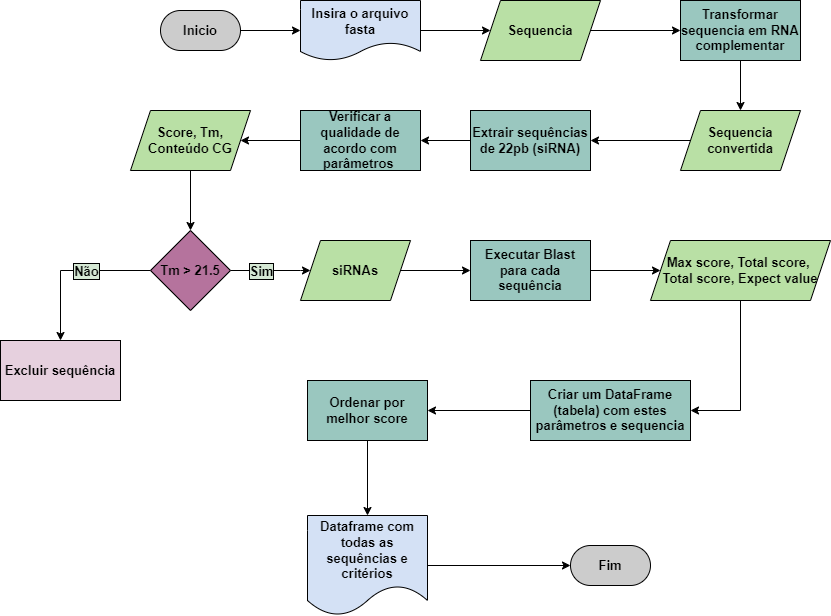
CatarinaRRF/siRNASeeker_algorithm keeps this draw.io diagram as media/fluxograma.png. Above is the earlier version. Source tidied: cells renumbered, new cells last; positions are measured from the earlier drawing's top-left corner, leaving out a move shared by most shapes.
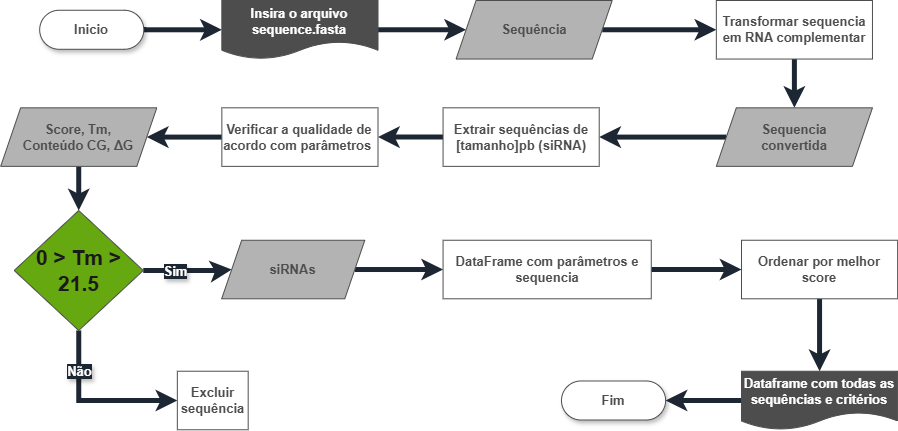
After the change.

The edit, as a diff of the source:
```diff
@@ -2,119 +2,107 @@
   <root>
     <mxCell id="0" />
     <mxCell id="1" parent="0" />
-    <mxCell id="2" style="edgeStyle=orthogonalEdgeStyle;rounded=0;jettySize=auto;html=1;fontStyle=1;fontSize=13;" parent="1" edge="1" source="3" target="5">
+    <mxCell id="2" style="edgeStyle=orthogonalEdgeStyle;rounded=0;jettySize=auto;html=1;fontStyle=1;fontSize=13;strokeWidth=5;strokeColor=#1D2633;" parent="1" edge="1" source="3" target="5">
       <mxGeometry relative="1" as="geometry" />
     </mxCell>
-    <mxCell id="3" value="Inicio" style="rounded=1;whiteSpace=wrap;html=1;fontSize=13;arcSize=50;fillColor=#CCCCCC;fontStyle=1;" parent="1" vertex="1">
-      <mxGeometry x="160" y="10" width="80" height="40" as="geometry" />
+    <mxCell id="3" value="Inicio" style="rounded=1;whiteSpace=wrap;html=1;fontSize=13;arcSize=50;fillColor=#FFFFFF;fontStyle=1;strokeColor=#4D4D4D;fontColor=#4D4D4D;glass=0;shadow=1;" parent="1" vertex="1">
+      <mxGeometry x="-31.8" y="9.8" width="104.1" height="39" as="geometry" />
     </mxCell>
-    <mxCell id="4" style="edgeStyle=orthogonalEdgeStyle;rounded=0;jettySize=auto;html=1;fontStyle=1;fontSize=13;" parent="1" edge="1" source="5" target="7">
+    <mxCell id="4" style="edgeStyle=orthogonalEdgeStyle;rounded=0;jettySize=auto;html=1;fontStyle=1;fontSize=13;strokeWidth=5;strokeColor=#1D2633;" parent="1" edge="1" source="5" target="7">
       <mxGeometry relative="1" as="geometry" />
     </mxCell>
-    <mxCell id="5" value="Insira o arquivo fasta" style="shape=document;whiteSpace=wrap;html=1;boundedLbl=1;fillColor=#D4E1F5;fontStyle=1;fontSize=13;" parent="1" vertex="1">
-      <mxGeometry x="300" width="120" height="60" as="geometry" />
+    <mxCell id="5" value="Insira o arquivo sequence.fasta" style="shape=document;whiteSpace=wrap;html=1;boundedLbl=1;fillColor=#4D4D4D;fontStyle=1;fontSize=13;strokeColor=#4D4D4D;fontColor=#FFFFFF;" parent="1" vertex="1">
+      <mxGeometry x="150.4" width="156.1" height="58.5" as="geometry" />
     </mxCell>
-    <mxCell id="6" style="edgeStyle=orthogonalEdgeStyle;rounded=0;jettySize=auto;html=1;fontStyle=1;fontSize=13;" parent="1" edge="1" source="7" target="9">
+    <mxCell id="6" style="edgeStyle=orthogonalEdgeStyle;rounded=0;jettySize=auto;html=1;fontStyle=1;fontSize=13;strokeWidth=5;strokeColor=#1D2633;" parent="1" edge="1" source="7" target="9">
       <mxGeometry relative="1" as="geometry" />
     </mxCell>
-    <mxCell id="7" value="Sequencia" style="shape=parallelogram;perimeter=parallelogramPerimeter;whiteSpace=wrap;html=1;fixedSize=1;fillColor=#B9E0A5;fontStyle=1;fontSize=13;" parent="1" vertex="1">
-      <mxGeometry x="480" width="120" height="60" as="geometry" />
+    <mxCell id="7" value="Sequência" style="shape=parallelogram;perimeter=parallelogramPerimeter;whiteSpace=wrap;html=1;fixedSize=1;fillColor=#B3B3B3;fontStyle=1;fontSize=13;strokeColor=#4D4D4D;fontColor=#4D4D4D;" parent="1" vertex="1">
+      <mxGeometry x="384.6" width="156.1" height="58.5" as="geometry" />
     </mxCell>
-    <mxCell id="8" style="edgeStyle=orthogonalEdgeStyle;rounded=0;jettySize=auto;html=1;fontStyle=1;fontSize=13;" parent="1" edge="1" source="9" target="11">
+    <mxCell id="8" style="edgeStyle=orthogonalEdgeStyle;rounded=0;jettySize=auto;html=1;fontStyle=1;fontSize=13;strokeWidth=5;strokeColor=#1D2633;" parent="1" edge="1" source="9" target="11">
       <mxGeometry relative="1" as="geometry" />
     </mxCell>
-    <mxCell id="9" value="Transformar sequencia em RNA complementar" style="whiteSpace=wrap;html=1;fillColor=#9AC7BF;fontStyle=1;fontSize=13;" parent="1" vertex="1">
-      <mxGeometry x="680" width="120" height="60" as="geometry" />
+    <mxCell id="9" value="Transformar sequencia em RNA complementar" style="whiteSpace=wrap;html=1;fillColor=#FFFFFF;fontStyle=1;fontSize=13;strokeColor=#4D4D4D;fontColor=#4D4D4D;" parent="1" vertex="1">
+      <mxGeometry x="644.8" width="156.1" height="58.5" as="geometry" />
     </mxCell>
-    <mxCell id="10" style="edgeStyle=orthogonalEdgeStyle;rounded=0;jettySize=auto;html=1;fontStyle=1;fontSize=13;" parent="1" edge="1" source="11" target="13">
+    <mxCell id="10" style="edgeStyle=orthogonalEdgeStyle;rounded=0;jettySize=auto;html=1;fontStyle=1;fontSize=13;strokeWidth=5;strokeColor=#1D2633;" parent="1" edge="1" source="11" target="13">
       <mxGeometry relative="1" as="geometry" />
     </mxCell>
-    <mxCell id="11" value="Sequencia &lt;br style=&quot;font-size: 13px;&quot;&gt;convertida" style="shape=parallelogram;perimeter=parallelogramPerimeter;whiteSpace=wrap;html=1;fixedSize=1;fillColor=#B9E0A5;fontStyle=1;fontSize=13;" parent="1" vertex="1">
-      <mxGeometry x="680" y="110" width="120" height="60" as="geometry" />
+    <mxCell id="11" value="Sequencia &lt;br style=&quot;font-size: 13px;&quot;&gt;convertida" style="shape=parallelogram;perimeter=parallelogramPerimeter;whiteSpace=wrap;html=1;fixedSize=1;fillColor=#B3B3B3;fontStyle=1;fontSize=13;strokeColor=#4D4D4D;fontColor=#4D4D4D;" parent="1" vertex="1">
+      <mxGeometry x="644.8" y="107.3" width="156.1" height="58.5" as="geometry" />
     </mxCell>
-    <mxCell id="12" style="edgeStyle=orthogonalEdgeStyle;rounded=0;jettySize=auto;html=1;fontStyle=1;fontSize=13;entryX=1;entryY=0.5;entryDx=0;entryDy=0;" parent="1" edge="1" source="13" target="15">
+    <mxCell id="12" style="edgeStyle=orthogonalEdgeStyle;rounded=0;jettySize=auto;html=1;fontStyle=1;fontSize=13;entryX=1;entryY=0.5;entryDx=0;entryDy=0;strokeWidth=5;strokeColor=#1D2633;" parent="1" edge="1" source="13" target="15">
       <mxGeometry relative="1" as="geometry" />
     </mxCell>
-    <mxCell id="13" value="Extrair sequências de 22pb (siRNA)" style="whiteSpace=wrap;html=1;fillColor=#9AC7BF;fontStyle=1;fontSize=13;" parent="1" vertex="1">
-      <mxGeometry x="470" y="110" width="120" height="60" as="geometry" />
+    <mxCell id="13" value="Extrair sequências de [tamanho]pb (siRNA)" style="whiteSpace=wrap;html=1;fillColor=#FFFFFF;fontStyle=1;fontSize=13;strokeColor=#4D4D4D;fontColor=#4D4D4D;" parent="1" vertex="1">
+      <mxGeometry x="371.6" y="107.3" width="156.1" height="58.5" as="geometry" />
     </mxCell>
-    <mxCell id="14" style="edgeStyle=orthogonalEdgeStyle;rounded=0;jettySize=auto;html=1;fontStyle=1;fontSize=13;" parent="1" edge="1" source="15" target="17">
+    <mxCell id="14" style="edgeStyle=orthogonalEdgeStyle;rounded=0;jettySize=auto;html=1;fontStyle=1;fontSize=13;strokeWidth=5;strokeColor=#1D2633;" parent="1" edge="1" source="15" target="17">
       <mxGeometry relative="1" as="geometry" />
     </mxCell>
-    <mxCell id="15" value="Verificar a qualidade de acordo com parâmetros&amp;nbsp;" style="whiteSpace=wrap;html=1;fillColor=#9AC7BF;fontStyle=1;fontSize=13;" parent="1" vertex="1">
-      <mxGeometry x="300" y="110" width="120" height="60" as="geometry" />
+    <mxCell id="15" value="Verificar a qualidade de acordo com parâmetros&amp;nbsp;" style="whiteSpace=wrap;html=1;fillColor=#FFFFFF;fontStyle=1;fontSize=13;strokeColor=#4D4D4D;fontColor=#4D4D4D;" parent="1" vertex="1">
+      <mxGeometry x="150.4" y="107.3" width="156.1" height="58.5" as="geometry" />
     </mxCell>
-    <mxCell id="16" style="edgeStyle=orthogonalEdgeStyle;rounded=0;jettySize=auto;html=1;fontStyle=1;fontSize=13;" parent="1" edge="1" source="17" target="33">
+    <mxCell id="16" style="edgeStyle=orthogonalEdgeStyle;rounded=0;jettySize=auto;html=1;fontStyle=1;fontSize=13;strokeWidth=5;strokeColor=#1D2633;" parent="1" edge="1" source="17" target="33">
       <mxGeometry relative="1" as="geometry" />
     </mxCell>
-    <mxCell id="17" value="Score, Tm, &lt;br style=&quot;font-size: 13px;&quot;&gt;Conteúdo&amp;nbsp;CG" style="shape=parallelogram;perimeter=parallelogramPerimeter;whiteSpace=wrap;html=1;fixedSize=1;fillColor=#B9E0A5;fontStyle=1;fontSize=13;" parent="1" vertex="1">
-      <mxGeometry x="130" y="110" width="120" height="60" as="geometry" />
+    <mxCell id="17" value="Score, Tm, &lt;br style=&quot;font-size: 13px;&quot;&gt;Conteúdo&amp;nbsp;CG,&amp;nbsp;ΔG" style="shape=parallelogram;perimeter=parallelogramPerimeter;whiteSpace=wrap;html=1;fixedSize=1;fillColor=#B3B3B3;fontStyle=1;fontSize=13;strokeColor=#4D4D4D;fontColor=#4D4D4D;" parent="1" vertex="1">
+      <mxGeometry x="-70.8" y="107.3" width="156.1" height="58.5" as="geometry" />
     </mxCell>
-    <mxCell id="18" style="edgeStyle=orthogonalEdgeStyle;rounded=0;jettySize=auto;html=1;fontStyle=1;fontSize=13;" parent="1" edge="1" source="19" target="21">
-      <mxGeometry relative="1" as="geometry" />
-    </mxCell>
-    <mxCell id="19" value="Executar Blast para cada sequência" style="whiteSpace=wrap;html=1;fillColor=#9AC7BF;fontStyle=1;fontSize=13;" parent="1" vertex="1">
-      <mxGeometry x="470" y="240" width="120" height="60" as="geometry" />
-    </mxCell>
-    <mxCell id="20" style="edgeStyle=orthogonalEdgeStyle;rounded=0;jettySize=auto;html=1;exitX=0.5;exitY=1;exitDx=0;exitDy=0;entryX=1;entryY=0.5;entryDx=0;entryDy=0;fontStyle=1;fontSize=13;" parent="1" edge="1" source="21" target="23">
-      <mxGeometry relative="1" as="geometry" />
-    </mxCell>
-    <mxCell id="21" value="Max score,&amp;nbsp;Total score,&amp;nbsp;&lt;br style=&quot;font-size: 13px;&quot;&gt;Total score,&amp;nbsp;Expect value" style="shape=parallelogram;perimeter=parallelogramPerimeter;whiteSpace=wrap;html=1;fixedSize=1;fillColor=#B9E0A5;fontStyle=1;fontSize=13;" parent="1" vertex="1">
-      <mxGeometry x="650" y="240" width="180" height="60" as="geometry" />
-    </mxCell>
-    <mxCell id="22" style="edgeStyle=orthogonalEdgeStyle;rounded=0;jettySize=auto;html=1;fontStyle=1;fontSize=13;" parent="1" edge="1" source="23" target="25">
+    <mxCell id="22" style="edgeStyle=orthogonalEdgeStyle;rounded=0;jettySize=auto;html=1;fontStyle=1;fontSize=13;strokeWidth=5;strokeColor=#1D2633;exitX=1;exitY=0.5;exitDx=0;exitDy=0;" parent="1" edge="1" source="23" target="25">
       <mxGeometry relative="1" as="geometry" />
     </mxCell>
-    <mxCell id="23" value="Criar um DataFrame (tabela) com estes parâmetros e sequencia" style="whiteSpace=wrap;html=1;fillColor=#9AC7BF;fontStyle=1;fontSize=13;" parent="1" vertex="1">
-      <mxGeometry x="530" y="380" width="160" height="60" as="geometry" />
+    <mxCell id="23" value="DataFrame com parâmetros e sequencia" style="whiteSpace=wrap;html=1;fillColor=#FFFFFF;fontStyle=1;fontSize=13;strokeColor=#4D4D4D;fontColor=#4D4D4D;" parent="1" vertex="1">
+      <mxGeometry x="371.6" y="239.8" width="208.2" height="58.5" as="geometry" />
     </mxCell>
-    <mxCell id="24" style="edgeStyle=orthogonalEdgeStyle;rounded=0;jettySize=auto;html=1;fontStyle=1;fontSize=13;" parent="1" edge="1" source="25" target="27">
+    <mxCell id="24" style="edgeStyle=orthogonalEdgeStyle;rounded=0;jettySize=auto;html=1;strokeWidth=5;strokeColor=#1D2633;" parent="1" edge="1" source="25" target="27">
       <mxGeometry relative="1" as="geometry" />
     </mxCell>
-    <mxCell id="25" value="Ordenar por melhor score" style="whiteSpace=wrap;html=1;fillColor=#9AC7BF;fontStyle=1;fontSize=13;" parent="1" vertex="1">
-      <mxGeometry x="307" y="380" width="120" height="60" as="geometry" />
+    <mxCell id="25" value="Ordenar por melhor score" style="whiteSpace=wrap;html=1;fillColor=#FFFFFF;fontStyle=1;fontSize=13;strokeColor=#4D4D4D;fontColor=#4D4D4D;" parent="1" vertex="1">
+      <mxGeometry x="670" y="239.8" width="156.1" height="58.5" as="geometry" />
     </mxCell>
-    <mxCell id="26" style="edgeStyle=orthogonalEdgeStyle;rounded=0;jettySize=auto;html=1;fontStyle=1;fontSize=13;" parent="1" edge="1" source="27" target="28">
-      <mxGeometry relative="1" as="geometry" />
-    </mxCell>
-    <mxCell id="27" value="Dataframe com todas as sequências e critérios" style="shape=document;whiteSpace=wrap;html=1;boundedLbl=1;fillColor=#D4E1F5;fontStyle=1;fontSize=13;" parent="1" vertex="1">
-      <mxGeometry x="307" y="515" width="120" height="100" as="geometry" />
-    </mxCell>
-    <mxCell id="28" value="Fim" style="rounded=1;whiteSpace=wrap;html=1;arcSize=50;fillColor=#CCCCCC;fontStyle=1;fontSize=13;" parent="1" vertex="1">
-      <mxGeometry x="570" y="545" width="80" height="40" as="geometry" />
+    <mxCell id="28" value="Fim" style="rounded=1;whiteSpace=wrap;html=1;arcSize=50;fillColor=#FFFFFF;fontStyle=1;fontSize=13;strokeColor=#4D4D4D;fontColor=#4D4D4D;shadow=1;" parent="1" vertex="1">
+      <mxGeometry x="490" y="380.5" width="104.1" height="39" as="geometry" />
     </mxCell>
-    <mxCell id="29" style="edgeStyle=orthogonalEdgeStyle;rounded=0;jettySize=auto;html=1;fontStyle=1;fontSize=13;" parent="1" edge="1" source="33" target="34">
+    <mxCell id="29" style="edgeStyle=orthogonalEdgeStyle;rounded=0;jettySize=auto;html=1;fontStyle=1;fontSize=13;strokeWidth=5;strokeColor=#1D2633;exitX=0.5;exitY=1;exitDx=0;exitDy=0;entryX=0;entryY=0.5;entryDx=0;entryDy=0;" parent="1" edge="1" source="33" target="34">
       <mxGeometry relative="1" as="geometry" />
     </mxCell>
-    <mxCell id="30" value="Não" style="edgeLabel;html=1;align=center;verticalAlign=middle;labelBorderColor=default;fontStyle=1;fontSize=13;labelBackgroundColor=#D5E8D4;" parent="29" vertex="1">
+    <mxCell id="30" value="Não" style="edgeLabel;html=1;align=center;verticalAlign=middle;labelBorderColor=none;fontStyle=1;fontSize=13;labelBackgroundColor=#1D2633;fontColor=#FFFFFF;textShadow=1;" parent="29" vertex="1">
       <mxGeometry x="-0.3" y="2" relative="1" as="geometry">
-        <mxPoint x="-9" y="-2" as="offset" />
+        <mxPoint x="-2" y="-18" as="offset" />
       </mxGeometry>
     </mxCell>
-    <mxCell id="31" style="edgeStyle=orthogonalEdgeStyle;rounded=0;jettySize=auto;html=1;exitX=1;exitY=0.5;exitDx=0;exitDy=0;entryX=0;entryY=0.5;entryDx=0;entryDy=0;fontStyle=1;fontSize=13;" parent="1" edge="1" source="33" target="36">
+    <mxCell id="31" style="edgeStyle=orthogonalEdgeStyle;rounded=0;jettySize=auto;html=1;exitX=1;exitY=0.5;exitDx=0;exitDy=0;entryX=0;entryY=0.5;entryDx=0;entryDy=0;fontStyle=1;fontSize=13;strokeWidth=5;strokeColor=#1D2633;" parent="1" edge="1" source="33" target="36">
       <mxGeometry relative="1" as="geometry">
         <Array as="points">
-          <mxPoint x="300" y="270" />
-          <mxPoint x="300" y="270" />
+          <mxPoint x="150.2" y="269" />
+          <mxPoint x="150.2" y="269" />
         </Array>
       </mxGeometry>
     </mxCell>
-    <mxCell id="32" value="Sim" style="edgeLabel;html=1;align=center;verticalAlign=middle;labelBorderColor=default;fontStyle=1;fontSize=13;labelBackgroundColor=#D5E8D4;" parent="31" vertex="1">
+    <mxCell id="32" value="Sim" style="edgeLabel;html=1;align=center;verticalAlign=middle;labelBorderColor=none;fontStyle=1;fontSize=13;labelBackgroundColor=#1D2633;fontColor=#FFFFFF;textShadow=1;" parent="31" vertex="1">
       <mxGeometry x="-0.51" relative="1" as="geometry">
         <mxPoint x="10" as="offset" />
       </mxGeometry>
     </mxCell>
-    <mxCell id="33" value="Tm &amp;gt; 21.5" style="rhombus;whiteSpace=wrap;html=1;fillColor=#B5739D;fontStyle=1;fontSize=13;" parent="1" vertex="1">
-      <mxGeometry x="150" y="230" width="80" height="80" as="geometry" />
+    <mxCell id="33" value="0 &amp;gt; Tm &amp;gt; 21.5" style="rhombus;whiteSpace=wrap;html=1;fillColor=#66A80F;fontStyle=1;fontSize=21;strokeColor=#4D4D4D;fontColor=#1A1A1A;" parent="1" vertex="1">
+      <mxGeometry x="-57.3" y="210" width="129.1" height="120" as="geometry" />
     </mxCell>
-    <mxCell id="34" value="Excluir sequência" style="whiteSpace=wrap;html=1;fillColor=#E6D0DE;fontStyle=1;fontSize=13;" parent="1" vertex="1">
-      <mxGeometry y="340" width="120" height="60" as="geometry" />
+    <mxCell id="34" value="Excluir sequência" style="whiteSpace=wrap;html=1;fillColor=#FFFFFF;fontStyle=1;fontSize=13;strokeColor=#4D4D4D;fontColor=#4D4D4D;" parent="1" vertex="1">
+      <mxGeometry x="105.8" y="370.7" width="70.8" height="58.5" as="geometry" />
     </mxCell>
-    <mxCell id="35" style="edgeStyle=orthogonalEdgeStyle;rounded=0;jettySize=auto;html=1;exitX=1;exitY=0.5;exitDx=0;exitDy=0;entryX=0;entryY=0.5;entryDx=0;entryDy=0;" parent="1" edge="1" source="36" target="19">
+    <mxCell id="35" style="edgeStyle=orthogonalEdgeStyle;rounded=0;jettySize=auto;html=1;exitX=1;exitY=0.5;exitDx=0;exitDy=0;entryX=0;entryY=0.5;entryDx=0;entryDy=0;strokeWidth=5;strokeColor=#1D2633;" parent="1" edge="1" source="36" target="23">
       <mxGeometry relative="1" as="geometry" />
     </mxCell>
-    <mxCell id="36" value="siRNAs" style="shape=parallelogram;perimeter=parallelogramPerimeter;whiteSpace=wrap;html=1;fixedSize=1;fillColor=#B9E0A5;fontStyle=1;fontSize=13;" parent="1" vertex="1">
-      <mxGeometry x="300" y="240" width="110" height="60" as="geometry" />
+    <mxCell id="36" value="siRNAs" style="shape=parallelogram;perimeter=parallelogramPerimeter;whiteSpace=wrap;html=1;fixedSize=1;fillColor=#B3B3B3;fontStyle=1;fontSize=13;strokeColor=#4D4D4D;fontColor=#4D4D4D;" parent="1" vertex="1">
+      <mxGeometry x="150.2" y="239.8" width="143.1" height="58.5" as="geometry" />
     </mxCell>
+    <mxCell id="26" style="edgeStyle=orthogonalEdgeStyle;rounded=0;jettySize=auto;html=1;strokeWidth=5;strokeColor=#1D2633;" parent="1" edge="1" source="27" target="28">
+      <mxGeometry relative="1" as="geometry" />
+    </mxCell>
+    <mxCell id="27" value="Dataframe com todas as sequências e critérios" style="shape=document;whiteSpace=wrap;html=1;boundedLbl=1;fillColor=#4D4D4D;fontStyle=1;fontSize=13;strokeColor=#4D4D4D;fontColor=#FFFFFF;" parent="1" vertex="1">
+      <mxGeometry x="670" y="370.7" width="156.1" height="58.5" as="geometry" />
+    </mxCell>
   </root>
 </mxGraphModel>
```
